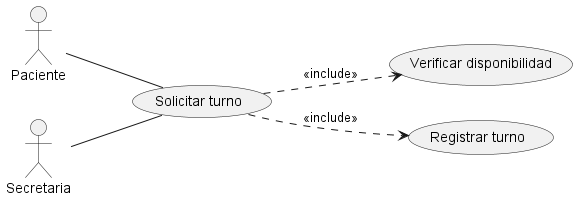
Before: diagramas/02-casos-de-uso/02-caso-uso-solicitar-turno-01/02-caso-uso-solicitar-turno-01.png, a diagram exported from PlantUML (FacundoGuiraldes/SistemaTurnosMedicos).
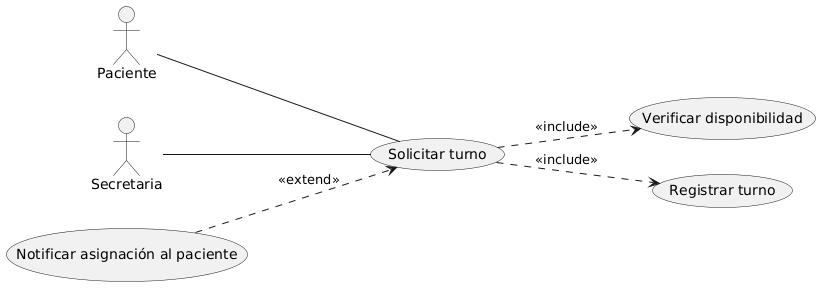
The same diagram one commit later.

Commit message:
feat: agrego extends recomendados para cubrir RF3 y RF4

Change to the diagram source:
```diff
@@ -12,4 +12,6 @@
 
 UC1 ..> UC2 : <<include>>
 UC1 ..> UC3 : <<include>>
+usecase "Notificar asignación al paciente" as UC4
+UC4 ..> UC1 : <<extend>>
 @enduml
```
